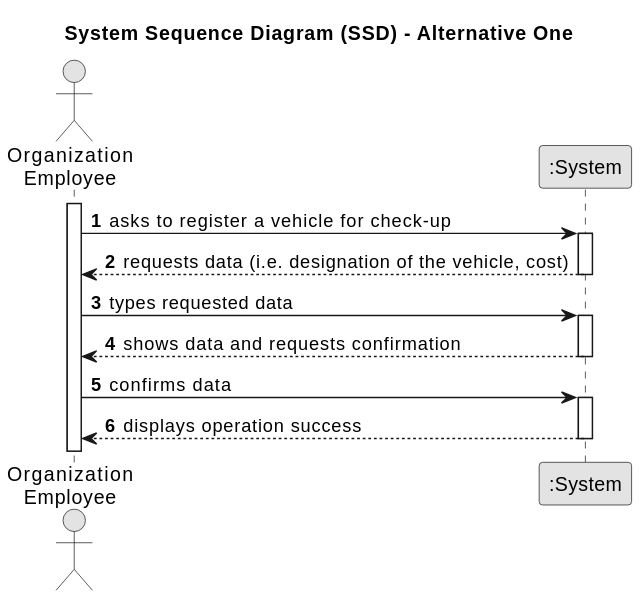
The PlantUML diagram docs/sprintA/us007/01.requirements-engineering/svg/us007-system-sequence-diagram-alternative-one.svg in diogoveirospro/lei-24-s2-1dg-g072, before a commit.
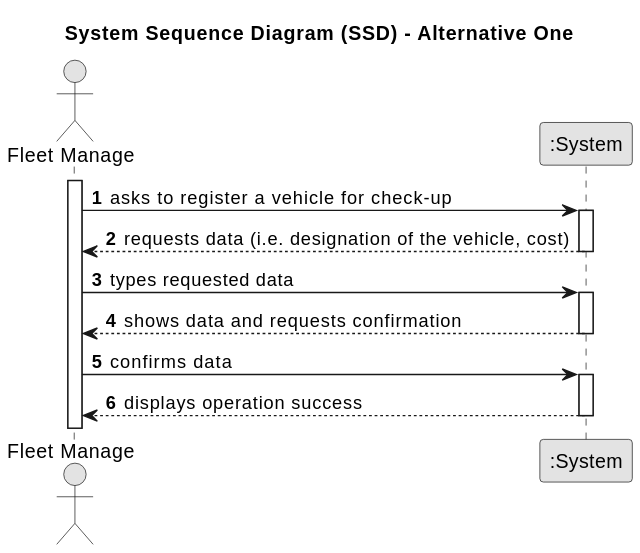
The same diagram one commit later.

Commit message:
Made changes in the US006 system diagram

Diff of the diagram source:
```diff
@@ -7,7 +7,7 @@
 
 autonumber
 
-actor "Organization\nEmployee" as Employee
+actor "Fleet Manage" as Employee
 participant ":System" as System
 
 activate Employee
```
